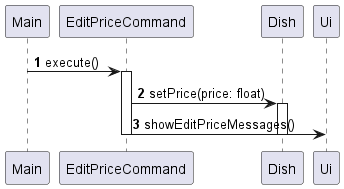
Above: docs/images/sequence/EditPriceCommand_execute.png in nus-cs2113-AY2324S1/tp (PlantUML), before the change. Its diagram source:
```plantuml
@startuml

autonumber

Main -> EditPriceCommand: execute()
activate EditPriceCommand
EditPriceCommand -> Dish: setPrice(price: float)
activate Dish
EditPriceCommand -> Ui: showEditPriceMessages()
deactivate EditPriceCommand
deactivate Dish
@enduml
```
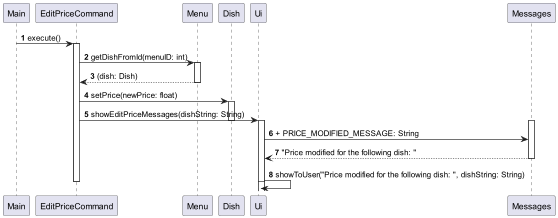
The same diagram one commit later.

What changed in the source:
```diff
@@ -4,9 +4,22 @@
 
 Main -> EditPriceCommand: execute()
 activate EditPriceCommand
-EditPriceCommand -> Dish: setPrice(price: float)
+EditPriceCommand -> Menu:getDishFromId(menuID: int)
+activate Menu
+Menu --> EditPriceCommand: (dish: Dish)
+deactivate Menu
+EditPriceCommand -> Dish: setPrice(newPrice: float)
 activate Dish
-EditPriceCommand -> Ui: showEditPriceMessages()
+EditPriceCommand -> Ui: showEditPriceMessages(dishString: String)
+deactivate Dish
+activate Ui
+activate Messages
+activate Ui
+Ui -> Messages: + PRICE_MODIFIED_MESSAGE: String
+Messages --> Ui: "Price modified for the following dish: "
+deactivate Messages
+Ui -> Ui: showToUser("Price modified for the following dish: ", dishString: String)
+deactivate Ui
 deactivate EditPriceCommand
 deactivate Dish
 @enduml
```
